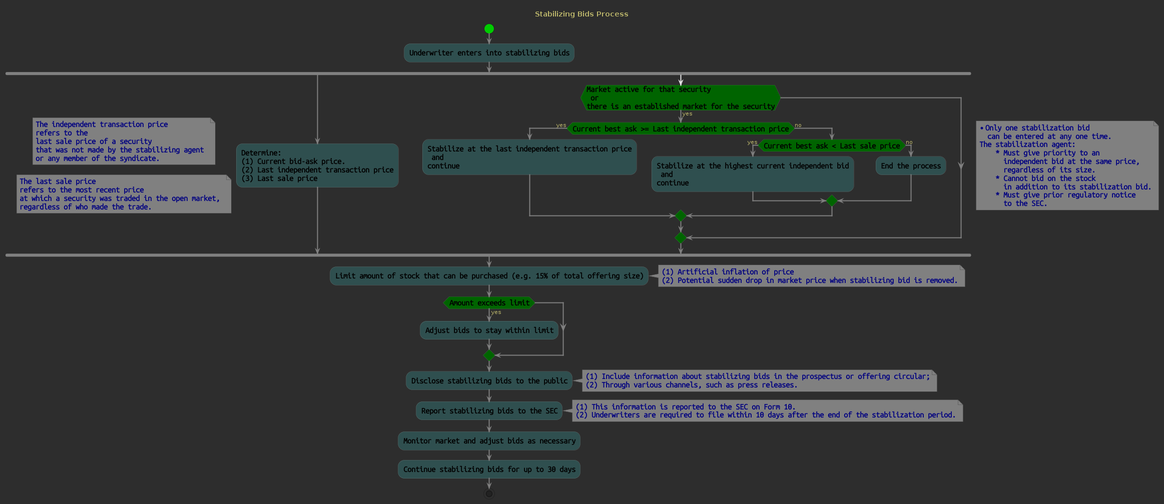
This is 57/stabilizing-bids.png from ppatoria/SIE, a PlantUML export, as it was before one commit.
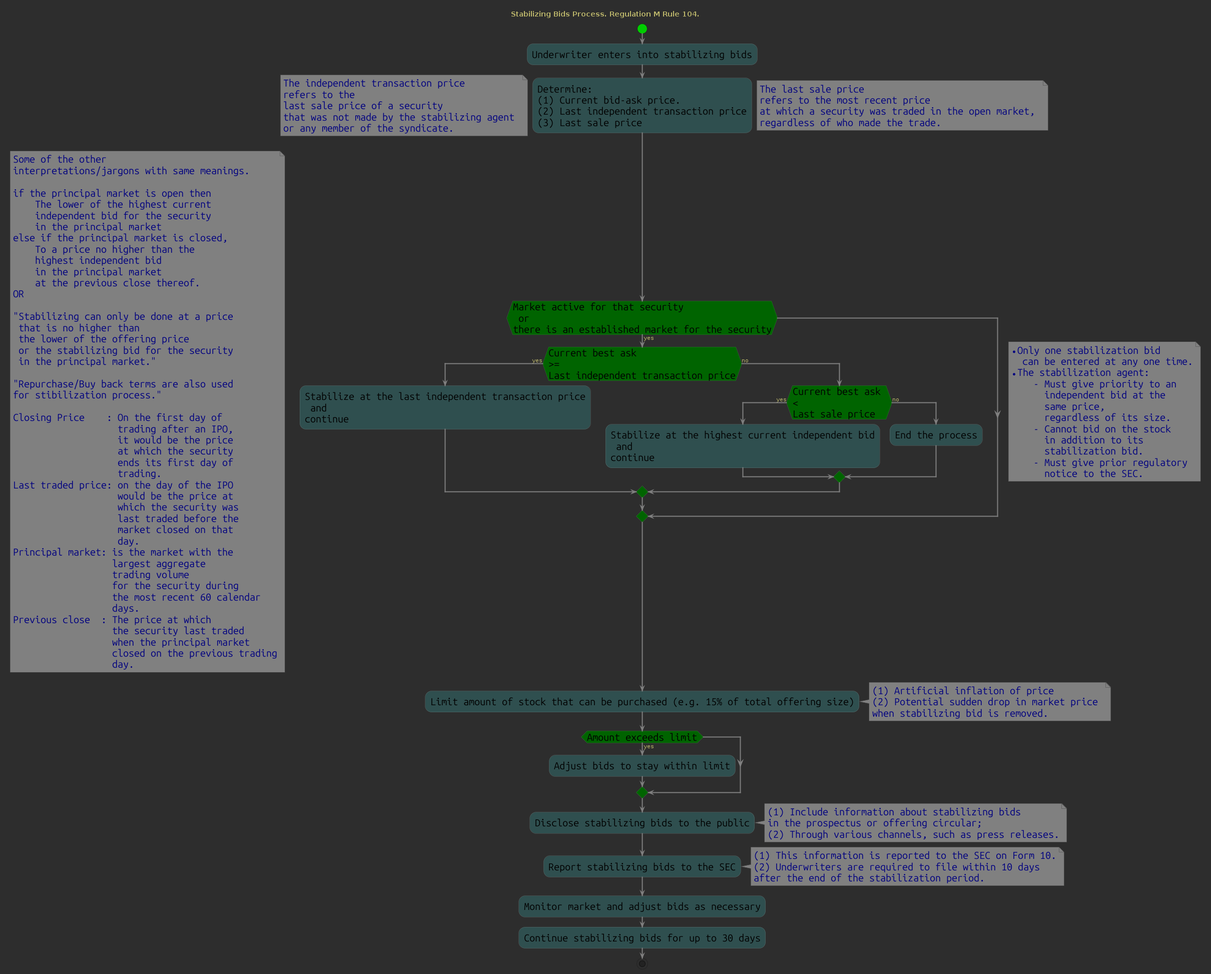
The same diagram one commit later.

Diff of the diagram source:
```diff
@@ -17,8 +17,8 @@
     BackgroundColor Grey
     BorderColor DarkGray
     FontColor Navy
-    fontstyle bold
-    FontSize 15
+    fontstyle normal
+    FontSize 20
     FontName "Ubuntu Mono"
 }
 
@@ -29,62 +29,109 @@
     ActivityBorderThickness 0
     ActivityFontColor Black
     ActivityFontName "Ubuntu Mono"
-    ActivityFontSize 15
-    ActivityFontStyle bold
+    ActivityFontSize 20
+    ActivityFontStyle normal
     ActivityDiamondBackgroundColor DarkGreen
     ActivityDiamondBorderColor Lightgreen
     ActivityDiamondFontColor Black
     ActivityDiamondFontName "Ubuntu Mono"
-    ActivityDiamondFontSize 15
-    ActivityDiamondFontStyle bold
+    ActivityDiamondFontSize 20
+    ActivityDiamondFontStyle normal
     ActivityArrowColor Grey
     ActivityArrowThickness 2
     ActivityStartColor LightGreen
     ActivityEndColor LightRed
 }
 
-title Stabilizing Bids Process
+title Stabilizing Bids Process. Regulation M Rule 104.
 
 start
     :Underwriter enters into stabilizing bids;
-    fork
-        :Determine:\n(1) Current bid-ask price.\n(2) Last independent transaction price\n(3) Last sale price;
-        note left: The independent transaction price \nrefers to the \nlast sale price of a security \nthat was not made by the stabilizing agent \nor any member of the syndicate.
-        note left: The last sale price \nrefers to the most recent price \nat which a security was traded in the open market, \nregardless of who made the trade.
-    fork again
-        if (Market active for that security\n or \nthere is an established market for the security) then (yes)
-            if (Current best ask >= Last independent transaction price) then (yes)
-                :Stabilize at the last independent transaction price\n and \ncontinue;
+    :Determine:\n(1) Current bid-ask price.\n(2) Last independent transaction price\n(3) Last sale price;
+    note left: The independent transaction price \nrefers to the \nlast sale price of a security \nthat was not made by the stabilizing agent \nor any member of the syndicate.
+    note right: The last sale price \nrefers to the most recent price \nat which a security was traded in the open market, \nregardless of who made the trade.
+    if (Market active for that security\n or \nthere is an established market for the security) then (yes)
+        if (Current best ask \n>= \nLast independent transaction price) then (yes)
+            :Stabilize at the last independent transaction price\n and \ncontinue;
+        else (no)
+            if (Current best ask \n< \nLast sale price) then (yes)
+                :Stabilize at the highest current independent bid\n and \ncontinue;
             else (no)
-                if (Current best ask < Last sale price) then (yes)
-                    :Stabilize at the highest current independent bid\n and \ncontinue;
-                else (no)
-                    :End the process;
-                endif
+                :End the process;
             endif
         endif
-    endfork
+    endif
         note right
         * Only one stabilization bid
           can be entered at any one time.
-        The stabilization agent:
-            * Must give priority to an
-              independent bid at the same price,
+        * The stabilization agent:
+            - Must give priority to an
+              independent bid at the
+              same price,
               regardless of its size.
-            * Cannot bid on the stock
-              in addition to its stabilization bid.
-            * Must give prior regulatory notice
-              to the SEC.
+            - Cannot bid on the stock
+              in addition to its
+              stabilization bid.
+            - Must give prior regulatory
+              notice to the SEC.
+        end note
+        note left
+            Some of the other
+            interpretations/jargons with same meanings.
+
+            if the principal market is open then
+                The lower of the highest current
+                independent bid for the security
+                in the principal market
+            else if the principal market is closed,
+                To a price no higher than the
+                highest independent bid
+                in the principal market
+                at the previous close thereof.
+            OR
+
+            "Stabilizing can only be done at a price
+             that is no higher than
+             the lower of the offering price
+             or the stabilizing bid for the security
+             in the principal market."
+
+            "Repurchase/Buy back terms are also used
+            for stibilization process."
+
+            Closing Price    : On the first day of
+                               trading after an IPO,
+                               it would be the price
+                               at which the security
+                               ends its first day of
+                               trading.
+            Last traded price: on the day of the IPO
+                               would be the price at
+                               which the security was
+                               last traded before the
+                               market closed on that
+                               day.
+            Principal market: is the market with the
+                              largest aggregate
+                              trading volume
+                              for the security during
+                              the most recent 60 calendar
+                              days.
+            Previous close  : The price at which
+                              the security last traded
+                              when the principal market
+                              closed on the previous trading
+                              day.
         end note
     :Limit amount of stock that can be purchased (e.g. 15% of total offering size);
-        note right: (1) Artificial inflation of price \n(2) Potential sudden drop in market price when stabilizing bid is removed.
+        note right: (1) Artificial inflation of price \n(2) Potential sudden drop in market price \nwhen stabilizing bid is removed.
     if (Amount exceeds limit) then (yes)
         :Adjust bids to stay within limit;
     endif
     :Disclose stabilizing bids to the public;
-        note right: (1) Include information about stabilizing bids in the prospectus or offering circular;\n(2) Through various channels, such as press releases.
+        note right: (1) Include information about stabilizing bids \nin the prospectus or offering circular;\n(2) Through various channels, such as press releases.
     :Report stabilizing bids to the SEC;
-        note right: (1) This information is reported to the SEC on Form 10.\n(2) Underwriters are required to file within 10 days after the end of the stabilization period.
+        note right: (1) This information is reported to the SEC on Form 10.\n(2) Underwriters are required to file within 10 days \nafter the end of the stabilization period.
     :Monitor market and adjust bids as necessary;
     :Continue stabilizing bids for up to 30 days;
 stop
```
